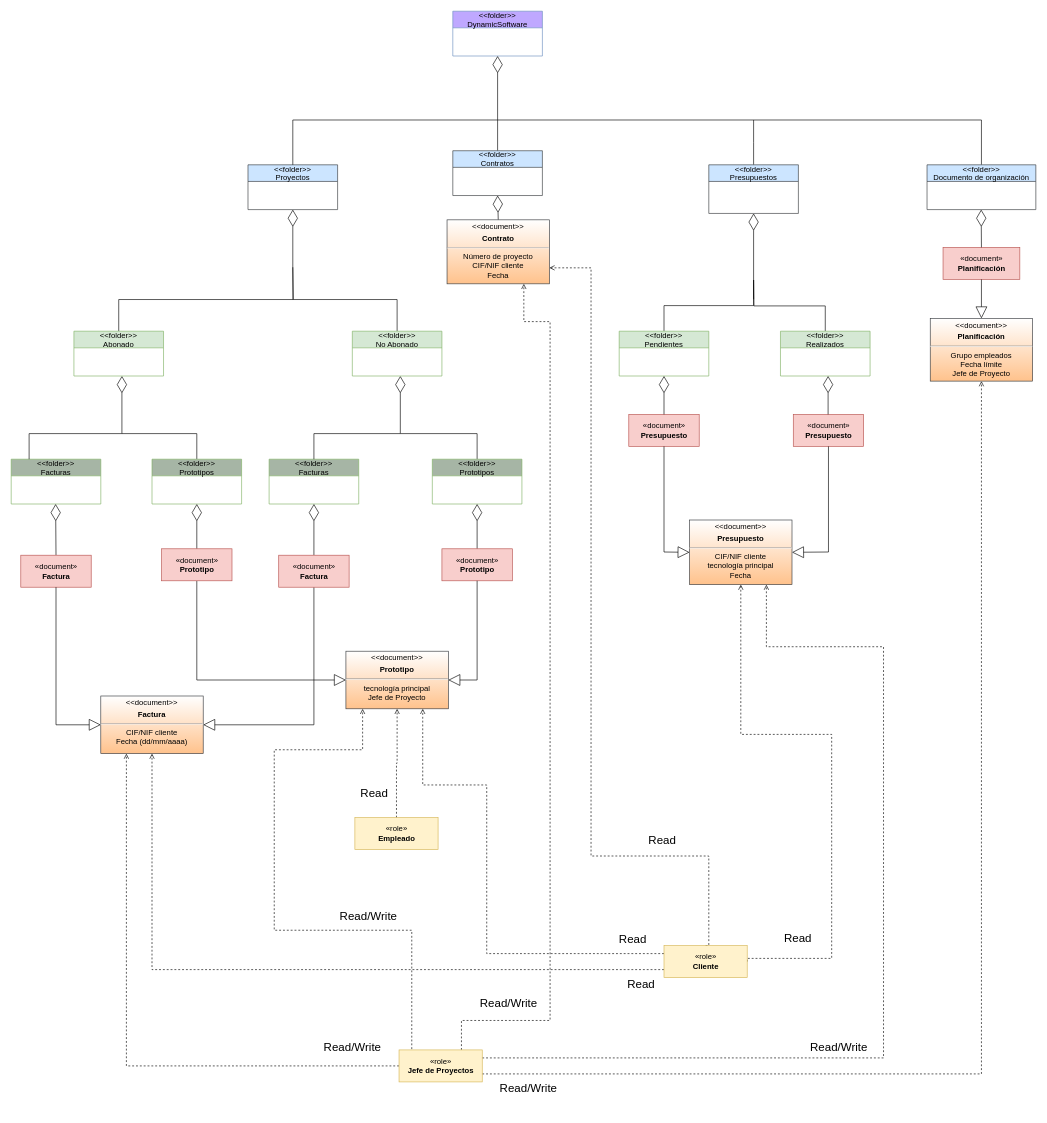
Earlier version of the draw.io diagram Entrega 4 (19 Noviembre)/Documentación Análisis/Análisis UML DMS-2.drawio (EsDeSepa/GSI-2122-G04). Source tidied: cells renumbered, new cells numbered last; positions are measured from the earlier drawing's top-left corner, leaving out a move shared by most shapes. Both pictures are drawn from the tidied source at 64%, with x=0, y=0 at pixel (11, 11).
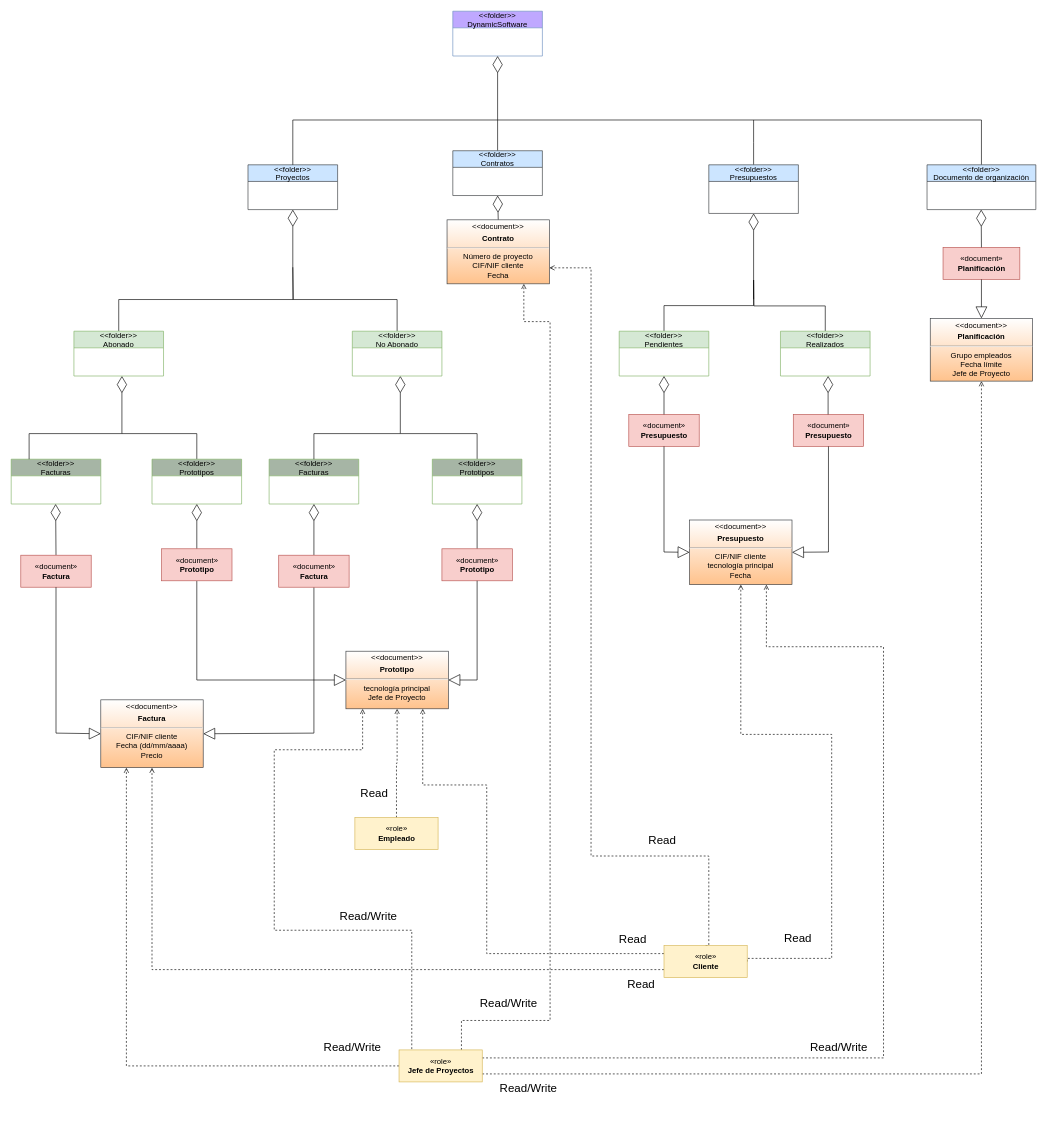
Above is the later version.

Commit message:
Versión final UML Diseño para DMS-2

Unchanged cells that the change refers to:
```xml
<mxCell id="42" value="«document»&lt;br&gt;&lt;b&gt;Factura&lt;/b&gt;" style="html=1;fillColor=#f8cecc;strokeColor=#b85450;" parent="1" vertex="1">
  <mxGeometry x="15" y="850" width="110" height="50" as="geometry" />
</mxCell>
<mxCell id="60" value="«document»&lt;br&gt;&lt;b&gt;Factura&lt;/b&gt;" style="html=1;fillColor=#f8cecc;strokeColor=#b85450;" parent="1" vertex="1">
  <mxGeometry x="418" y="850" width="110" height="50" as="geometry" />
</mxCell>
```

The edit, as a diff of the source:
```diff
@@
     <mxCell id="43" style="endArrow=block;endSize=16;endFill=0;html=1;rounded=0;entryX=0;entryY=0.5;entryDx=0;entryDy=0;exitX=0.5;exitY=1;exitDx=0;exitDy=0;" parent="1" edge="1" source="42" target="59">
       <mxGeometry x="0.18" y="2" relative="1" as="geometry">
         <Array as="points">
-          <mxPoint x="70" y="1115" />
+          <mxPoint x="70" y="1128" />
         </Array>
       </mxGeometry>
     </mxCell>
     <mxCell id="44" style="endArrow=block;endSize=16;endFill=0;html=1;rounded=0;entryX=1;entryY=0.5;entryDx=0;entryDy=0;exitX=0.5;exitY=1;exitDx=0;exitDy=0;" parent="1" edge="1" source="60" target="59">
       <mxGeometry x="0.18" y="2" relative="1" as="geometry">
         <Array as="points">
-          <mxPoint x="473" y="1115" />
+          <mxPoint x="473" y="1128" />
         </Array>
       </mxGeometry>
     </mxCell>
@@
-    <mxCell id="59" value="&lt;p style=&quot;margin: 4px 0px 0px ; text-align: center&quot;&gt;&amp;lt;&amp;lt;document&amp;gt;&amp;gt;&lt;/p&gt;&lt;p style=&quot;margin: 4px 0px 0px ; text-align: center&quot;&gt;&lt;b&gt;Factura&lt;/b&gt;&lt;/p&gt;&lt;hr&gt;&lt;p style=&quot;margin: 0px ; margin-left: 8px&quot;&gt;&lt;/p&gt;&lt;div style=&quot;text-align: center&quot;&gt;&lt;span&gt;CIF/NIF cliente&lt;/span&gt;&lt;/div&gt;&lt;div style=&quot;text-align: center&quot;&gt;&lt;span&gt;Fecha (dd/mm/aaaa)&lt;/span&gt;&lt;/div&gt;&lt;p&gt;&lt;/p&gt;" style="verticalAlign=top;align=left;overflow=fill;fontSize=12;fontFamily=Helvetica;html=1;fillColor=#FFC28C;strokeColor=#36393d;gradientDirection=north;gradientColor=#ffffff;" parent="1" vertex="1">
-      <mxGeometry x="140" y="1070" width="160" height="90" as="geometry" />
+    <mxCell id="59" value="&lt;p style=&quot;margin: 4px 0px 0px ; text-align: center&quot;&gt;&amp;lt;&amp;lt;document&amp;gt;&amp;gt;&lt;/p&gt;&lt;p style=&quot;margin: 4px 0px 0px ; text-align: center&quot;&gt;&lt;b&gt;Factura&lt;/b&gt;&lt;/p&gt;&lt;hr&gt;&lt;p style=&quot;margin: 0px ; margin-left: 8px&quot;&gt;&lt;/p&gt;&lt;div style=&quot;text-align: center&quot;&gt;&lt;span&gt;CIF/NIF cliente&lt;/span&gt;&lt;/div&gt;&lt;div style=&quot;text-align: center&quot;&gt;&lt;span&gt;Fecha (dd/mm/aaaa)&lt;/span&gt;&lt;/div&gt;&lt;div style=&quot;text-align: center&quot;&gt;&lt;span&gt;Precio&lt;/span&gt;&lt;/div&gt;&lt;p&gt;&lt;/p&gt;" style="verticalAlign=top;align=left;overflow=fill;fontSize=12;fontFamily=Helvetica;html=1;fillColor=#FFC28C;strokeColor=#36393d;gradientDirection=north;gradientColor=#ffffff;" parent="1" vertex="1">
+      <mxGeometry x="140" y="1076" width="160" height="106" as="geometry" />
     </mxCell>
```
